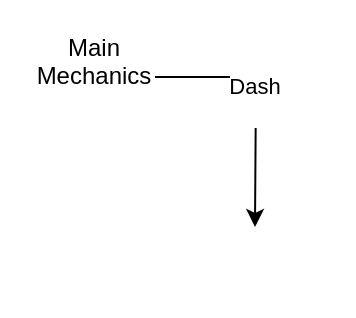
Before: ProjectSouth.drawio in limoncatt/projectsouthdocum, a draw.io diagram. Source tidied: cells renumbered, new cells numbered last; positions are measured from the earlier drawing's top-left corner, leaving out a move shared by most shapes. Both pictures are drawn from the tidied source at 200%, with x=0, y=0 at pixel (34, 46).
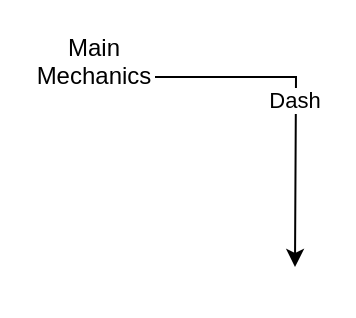
The same page after the edit.

The edit, as a diff of the source:
```diff
@@
 <mxGraphModel>
   <root>
     <mxCell id="0" />
     <mxCell id="1" parent="0" />
-    <mxCell id="2" value="Dash&lt;div&gt;&lt;br&gt;&lt;/div&gt;" style="edgeStyle=orthogonalEdgeStyle;rounded=0;jettySize=auto;html=1;" parent="1" edge="1" source="3">
+    <mxCell id="2" value="Dash" style="edgeStyle=orthogonalEdgeStyle;rounded=0;jettySize=auto;html=1;" parent="1" edge="1" source="3">
       <mxGeometry relative="1" as="geometry">
-        <mxPoint x="110" y="90" as="targetPoint" />
+        <mxPoint x="130" y="110" as="targetPoint" />
       </mxGeometry>
     </mxCell>
     <mxCell id="3" value="Main Mechanics&lt;div&gt;&lt;br&gt;&lt;/div&gt;" style="text;html=1;align=center;verticalAlign=middle;whiteSpace=wrap;rounded=0;" parent="1" vertex="1">
       <mxGeometry width="60" height="30" as="geometry" />
     </mxCell>
   </root>
 </mxGraphModel>
```
